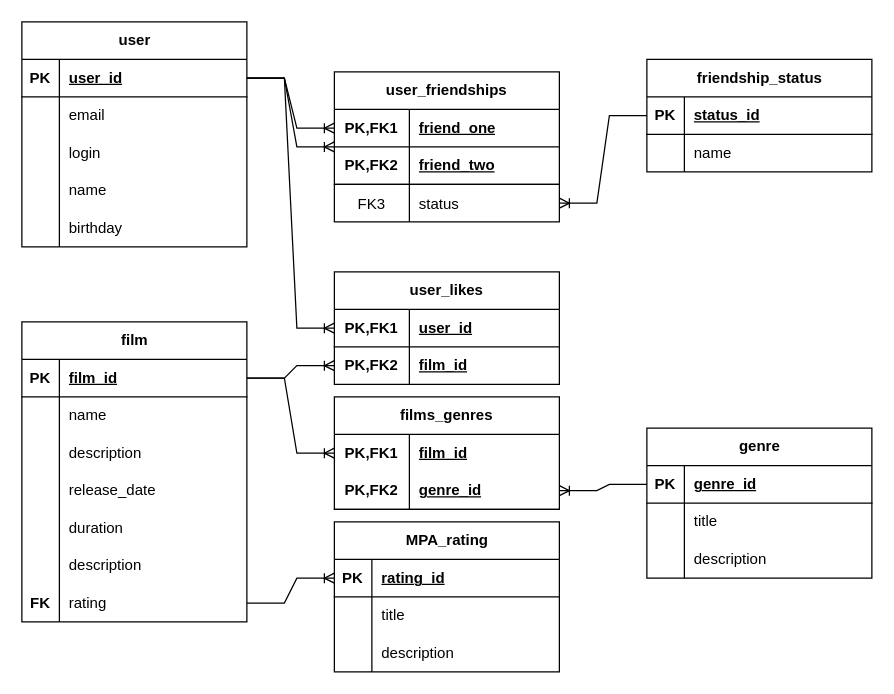
This is Filmorate_ER.drawio from Kirill495/filmorate_ER_diagram, a draw.io file, before an edit. Source tidied: cells renumbered, new cells numbered last; positions are measured from the earlier drawing's top-left corner, leaving out a move shared by most shapes. Both pictures are drawn from the tidied source at 125%, with x=0, y=0 at pixel (21, -566).
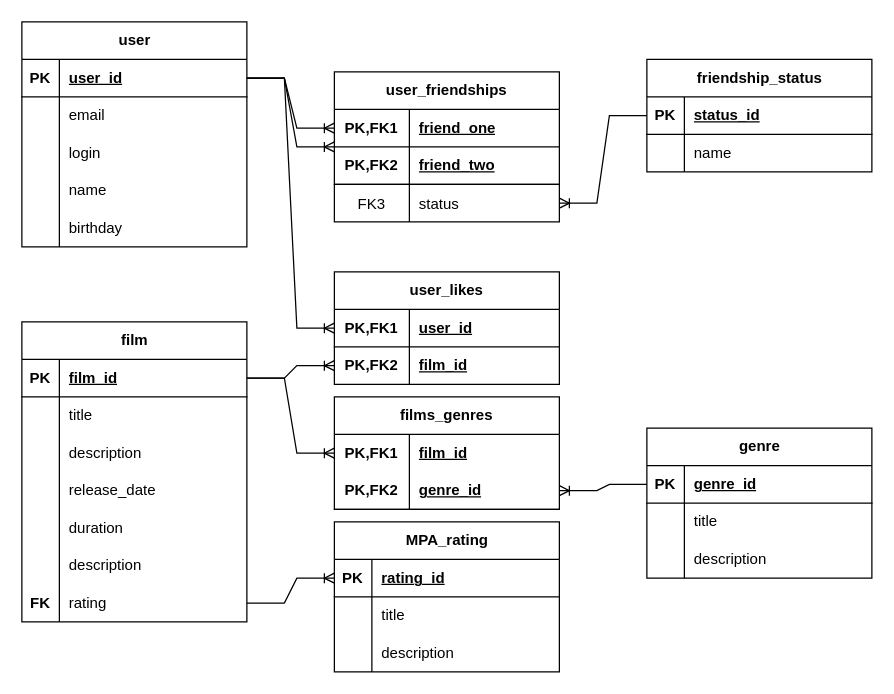
The same diagram, later.

The change refers to these unchanged cells:
```xml
<mxCell id="27" style="shape=tableRow;horizontal=0;startSize=0;swimlaneHead=0;swimlaneBody=0;fillColor=none;top=0;left=0;right=0;bottom=0;" parent="23" vertex="1">
  <mxGeometry y="60" width="180" height="30" as="geometry" />
</mxCell>
```

Change to the diagram source:
```diff
@@
-    <mxCell id="29" value="name" style="shape=partialRectangle;fillColor=none;top=0;left=0;bottom=0;right=0;align=left;spacingLeft=6;overflow=hidden;whiteSpace=wrap;html=1;" parent="27" vertex="1">
+    <mxCell id="29" value="title" style="shape=partialRectangle;fillColor=none;top=0;left=0;bottom=0;right=0;align=left;spacingLeft=6;overflow=hidden;whiteSpace=wrap;html=1;" parent="27" vertex="1">
       <mxGeometry x="30" width="150" height="30" as="geometry" />
     </mxCell>
```
